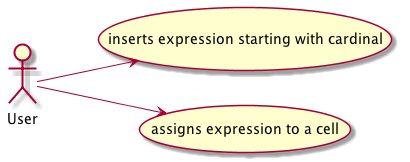
Above: docs/1111168/Diagrams/use_case.png in askpt/LAPR4 (PlantUML), before the change. The source it was exported from:
```plantuml
@startuml Diagrams/use_case.png

left to right direction

User --> (inserts expression starting with cardinal)
User --> (assigns expression to a cell)

@enduml
```
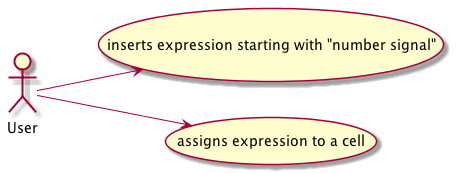
After the change.

Commit message:
1111168: seq diagram current formulae language ref #4

Diff of the diagram source:
```diff
@@ -1,8 +1,5 @@
 @startuml Diagrams/use_case.png
-
 left to right direction
-
-User --> (inserts expression starting with cardinal)
+User --> (inserts expression starting with "number signal")
 User --> (assigns expression to a cell)
-
 @enduml
```
